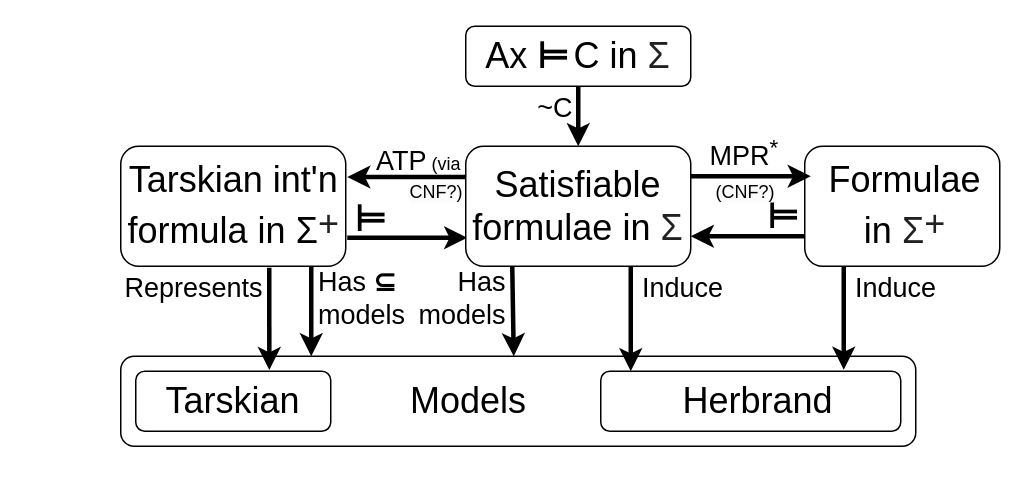
Before: ModelLandscape.drawio in GeoffsPapers/InterpretationFormat, a draw.io diagram. Source tidied: cells renumbered, new cells numbered last; positions are measured from the earlier drawing's top-left corner, leaving out a move shared by most shapes. Both pictures are drawn from the tidied source at 150%, with x=0, y=0 at pixel (120, 26).
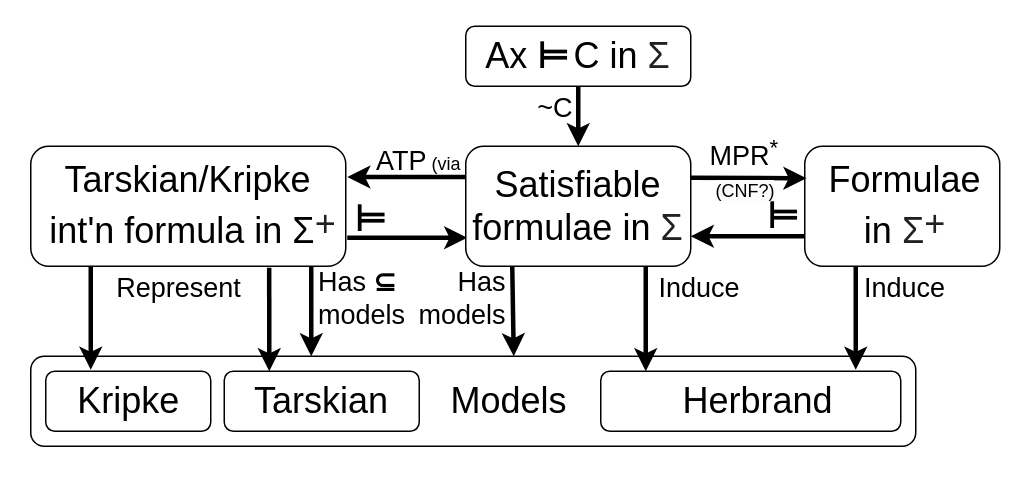
After the change.

Unchanged cells that the change refers to:
```xml
<mxCell id="5" style="rounded=1;whiteSpace=wrap;html=1;" parent="1" vertex="1">
  <mxGeometry x="320" y="230" width="200" height="40" as="geometry" />
</mxCell>
<mxCell id="40" style="rounded=1;whiteSpace=wrap;html=1;" parent="1" vertex="1">
  <mxGeometry x="456" y="80" width="130" height="80" as="geometry" />
</mxCell>
```

The edit, as a diff of the source:
```diff
@@
     <mxCell id="4" style="rounded=1;whiteSpace=wrap;html=1;" parent="1" vertex="1">
-      <mxGeometry y="220" width="530" height="60" as="geometry" />
+      <mxGeometry x="-60" y="220" width="590" height="60" as="geometry" />
     </mxCell>
@@
-    <mxCell id="8" style="endArrow=classic;html=1;rounded=0;strokeWidth=3;exitX=0.66;exitY=1.013;exitDx=0;exitDy=0;exitPerimeter=0;entryX=0.685;entryY=-0.019;entryDx=0;entryDy=0;entryPerimeter=0;" parent="1" edge="1" source="32" target="13">
-      <mxGeometry relative="1" as="geometry" />
+    <mxCell id="8" style="endArrow=classic;html=1;rounded=0;strokeWidth=3;exitX=0.757;exitY=1.013;exitDx=0;exitDy=0;exitPerimeter=0;" parent="1" edge="1" source="32">
+      <mxGeometry relative="1" as="geometry">
+        <mxPoint x="99" y="230" as="targetPoint" />
+      </mxGeometry>
     </mxCell>
-    <mxCell id="9" value="&lt;font style=&quot;font-size: 18px;&quot;&gt;Represents&lt;/font&gt;" style="text;strokeColor=none;align=center;fillColor=none;html=1;verticalAlign=middle;whiteSpace=wrap;rounded=0;" parent="1" vertex="1">
-      <mxGeometry x="19" y="160" width="60" height="30" as="geometry" />
+    <mxCell id="9" value="&lt;font style=&quot;font-size: 18px;&quot;&gt;Represent&lt;/font&gt;" style="text;strokeColor=none;align=center;fillColor=none;html=1;verticalAlign=middle;whiteSpace=wrap;rounded=0;" parent="1" vertex="1">
+      <mxGeometry x="9" y="160" width="60" height="30" as="geometry" />
     </mxCell>
@@
-    <mxCell id="11" style="endArrow=classic;html=1;rounded=0;strokeWidth=3;entryX=0.81;entryY=-0.025;entryDx=0;entryDy=0;entryPerimeter=0;" parent="1" edge="1" target="5">
+    <mxCell id="11" style="endArrow=classic;html=1;rounded=0;strokeWidth=3;entryX=0.81;entryY=-0.025;entryDx=0;entryDy=0;entryPerimeter=0;" parent="1" edge="1">
       <mxGeometry relative="1" as="geometry">
-        <mxPoint x="482" y="160" as="sourcePoint" />
+        <mxPoint x="490" y="160" as="sourcePoint" />
+        <mxPoint x="490" y="229" as="targetPoint" />
       </mxGeometry>
     </mxCell>
@@
-    <mxCell id="13" style="rounded=1;whiteSpace=wrap;html=1;" parent="1" vertex="1">
-      <mxGeometry x="10" y="230" width="130" height="40" as="geometry" />
-    </mxCell>
     <mxCell id="14" value="&lt;font style=&quot;font-size: 24px;&quot;&gt;Models&lt;br&gt;&lt;/font&gt;" style="text;strokeColor=none;align=center;fillColor=none;html=1;verticalAlign=middle;whiteSpace=wrap;rounded=0;" parent="1" vertex="1">
-      <mxGeometry x="202" y="235" width="60" height="30" as="geometry" />
+      <mxGeometry x="229" y="235" width="60" height="30" as="geometry" />
     </mxCell>
     <mxCell id="15" style="endArrow=classic;html=1;rounded=0;strokeWidth=3;" parent="1" edge="1">
       <mxGeometry relative="1" as="geometry">
-        <mxPoint x="340" y="160" as="sourcePoint" />
-        <mxPoint x="340" y="230" as="targetPoint" />
+        <mxPoint x="350" y="160" as="sourcePoint" />
+        <mxPoint x="350" y="230" as="targetPoint" />
       </mxGeometry>
     </mxCell>
     <mxCell id="16" value="&lt;font style=&quot;font-size: 18px;&quot;&gt;Induce&lt;br&gt;&lt;/font&gt;" style="text;strokeColor=none;align=center;fillColor=none;html=1;verticalAlign=middle;whiteSpace=wrap;rounded=0;" parent="1" vertex="1">
-      <mxGeometry x="345" y="160" width="60" height="30" as="geometry" />
+      <mxGeometry x="356" y="160" width="60" height="30" as="geometry" />
     </mxCell>
@@
-    <mxCell id="20" style="endArrow=classic;html=1;rounded=0;strokeWidth=3;entryX=0;entryY=0.25;entryDx=0;entryDy=0;entryPerimeter=0;" parent="1" edge="1" source="43" target="40">
-      <mxGeometry relative="1" as="geometry" />
-    </mxCell>
@@
-    <mxCell id="26" value="&lt;span style=&quot;color: rgb(0, 0, 0); font-family: Helvetica; font-size: 12px; font-style: normal; font-variant-ligatures: normal; font-variant-caps: normal; font-weight: 400; letter-spacing: normal; orphans: 2; text-align: right; text-indent: 0px; text-transform: none; widows: 2; word-spacing: 0px; -webkit-text-stroke-width: 0px; background-color: rgb(251, 251, 251); text-decoration-thickness: initial; text-decoration-style: initial; text-decoration-color: initial; float: none; display: inline !important;&quot;&gt;CNF?)&lt;/span&gt;" style="text;whiteSpace=wrap;html=1;" parent="1" vertex="1">
-      <mxGeometry x="191" y="97" width="70" height="20" as="geometry" />
-    </mxCell>
-    <mxCell id="27" value="&lt;font style=&quot;font-size: 24px;&quot;&gt;Tarskian&lt;/font&gt;" style="text;strokeColor=none;align=center;fillColor=none;html=1;verticalAlign=middle;whiteSpace=wrap;rounded=0;" parent="1" vertex="1">
-      <mxGeometry x="45" y="235" width="60" height="30" as="geometry" />
-    </mxCell>
@@
     <mxCell id="30" value="&lt;font style=&quot;font-size: 18px;&quot;&gt;Induce&lt;br&gt;&lt;/font&gt;" style="text;strokeColor=none;align=center;fillColor=none;html=1;verticalAlign=middle;whiteSpace=wrap;rounded=0;" parent="1" vertex="1">
-      <mxGeometry x="487" y="160" width="60" height="30" as="geometry" />
+      <mxGeometry x="493" y="160" width="60" height="30" as="geometry" />
     </mxCell>
-    <mxCell id="31" style="group;" parent="1" vertex="1">
-      <mxGeometry y="80" width="150" height="80" as="geometry" />
-    </mxCell>
-    <mxCell id="32" style="rounded=1;whiteSpace=wrap;html=1;" parent="31" vertex="1">
-      <mxGeometry width="150" height="80" as="geometry" />
-    </mxCell>
-    <mxCell id="33" value="&lt;font style=&quot;&quot;&gt;&lt;span style=&quot;font-size: 24px;&quot;&gt;Tarskian int'n&lt;/span&gt;&lt;br&gt;&lt;span style=&quot;font-size: 24px;&quot;&gt;formula in Σ&lt;/span&gt;&lt;sup style=&quot;border-color: var(--border-color); color: rgb(32, 33, 34); font-family: sans-serif; text-align: start; background-color: rgb(255, 255, 255);&quot;&gt;&lt;span style=&quot;font-size: 24px;&quot;&gt;+&lt;/span&gt;&lt;/sup&gt;&lt;/font&gt;" style="text;strokeColor=none;align=center;fillColor=none;html=1;verticalAlign=middle;whiteSpace=wrap;rounded=0;" parent="31" vertex="1">
-      <mxGeometry x="2.5" y="25" width="145" height="30" as="geometry" />
-    </mxCell>
@@
-    <mxCell id="42" style="endArrow=classic;html=1;rounded=0;strokeWidth=3;entryX=0.929;entryY=0.15;entryDx=0;entryDy=0;entryPerimeter=0;" parent="1" edge="1" target="43">
+    <mxCell id="42" style="endArrow=classic;html=1;rounded=0;strokeWidth=3;entryX=0.009;entryY=0.267;entryDx=0;entryDy=0;entryPerimeter=0;" parent="1" edge="1" target="40">
       <mxGeometry relative="1" as="geometry">
-        <mxPoint x="380" y="100" as="sourcePoint" />
+        <mxPoint x="380" y="101" as="sourcePoint" />
       </mxGeometry>
     </mxCell>
     <mxCell id="43" value="&lt;span style=&quot;color: rgb(0, 0, 0); font-family: Helvetica; font-size: 12px; font-style: normal; font-variant-ligatures: normal; font-variant-caps: normal; font-weight: 400; letter-spacing: normal; orphans: 2; text-align: right; text-indent: 0px; text-transform: none; widows: 2; word-spacing: 0px; -webkit-text-stroke-width: 0px; background-color: rgb(251, 251, 251); text-decoration-thickness: initial; text-decoration-style: initial; text-decoration-color: initial; float: none; display: inline !important;&quot;&gt;(CNF?)&lt;/span&gt;" style="text;whiteSpace=wrap;html=1;" parent="1" vertex="1">
-      <mxGeometry x="395" y="97" width="70" height="20" as="geometry" />
+      <mxGeometry x="395" y="96" width="45" height="20" as="geometry" />
     </mxCell>
+    <mxCell id="32" style="rounded=1;whiteSpace=wrap;html=1;" parent="1" vertex="1">
+      <mxGeometry x="-60" y="80" width="210" height="80" as="geometry" />
+    </mxCell>
+    <mxCell id="33" value="&lt;font style=&quot;&quot;&gt;&lt;span style=&quot;font-size: 24px;&quot;&gt;Tarskian/Kripke&lt;br&gt;&amp;nbsp;int'n&amp;nbsp;&lt;/span&gt;&lt;span style=&quot;font-size: 24px;&quot;&gt;formula in Σ&lt;/span&gt;&lt;sup style=&quot;border-color: var(--border-color); color: rgb(32, 33, 34); font-family: sans-serif; text-align: start; background-color: rgb(255, 255, 255);&quot;&gt;&lt;span style=&quot;font-size: 24px;&quot;&gt;+&lt;/span&gt;&lt;/sup&gt;&lt;/font&gt;" style="text;strokeColor=none;align=center;fillColor=none;html=1;verticalAlign=middle;whiteSpace=wrap;rounded=0;" parent="1" vertex="1">
+      <mxGeometry x="-63.8" y="105" width="217.5" height="30" as="geometry" />
+    </mxCell>
+    <mxCell id="44" style="group;" parent="1" vertex="1">
+      <mxGeometry x="69" y="230" width="130" height="40" as="geometry" />
+    </mxCell>
+    <mxCell id="13" style="rounded=1;whiteSpace=wrap;html=1;" parent="44" vertex="1">
+      <mxGeometry width="130" height="40" as="geometry" />
+    </mxCell>
+    <mxCell id="27" value="&lt;font style=&quot;font-size: 24px;&quot;&gt;Tarskian&lt;/font&gt;" style="text;strokeColor=none;align=center;fillColor=none;html=1;verticalAlign=middle;whiteSpace=wrap;rounded=0;" parent="44" vertex="1">
+      <mxGeometry x="35" y="5" width="60" height="30" as="geometry" />
+    </mxCell>
+    <mxCell id="45" style="group;" parent="1" vertex="1">
+      <mxGeometry x="-50" y="230" width="110" height="40" as="geometry" />
+    </mxCell>
+    <mxCell id="46" style="rounded=1;whiteSpace=wrap;html=1;" parent="45" vertex="1">
+      <mxGeometry width="110" height="40" as="geometry" />
+    </mxCell>
+    <mxCell id="47" value="&lt;font style=&quot;font-size: 24px;&quot;&gt;Kripke&lt;/font&gt;" style="text;strokeColor=none;align=center;fillColor=none;html=1;verticalAlign=middle;whiteSpace=wrap;rounded=0;" parent="45" vertex="1">
+      <mxGeometry x="29.6" y="5" width="50.8" height="30" as="geometry" />
+    </mxCell>
+    <mxCell id="48" style="endArrow=classic;html=1;rounded=0;strokeWidth=3;exitX=0.757;exitY=1.013;exitDx=0;exitDy=0;exitPerimeter=0;" parent="1" edge="1">
+      <mxGeometry relative="1" as="geometry">
+        <mxPoint x="-20" y="160" as="sourcePoint" />
+        <mxPoint x="-20" y="229" as="targetPoint" />
+      </mxGeometry>
+    </mxCell>
```
